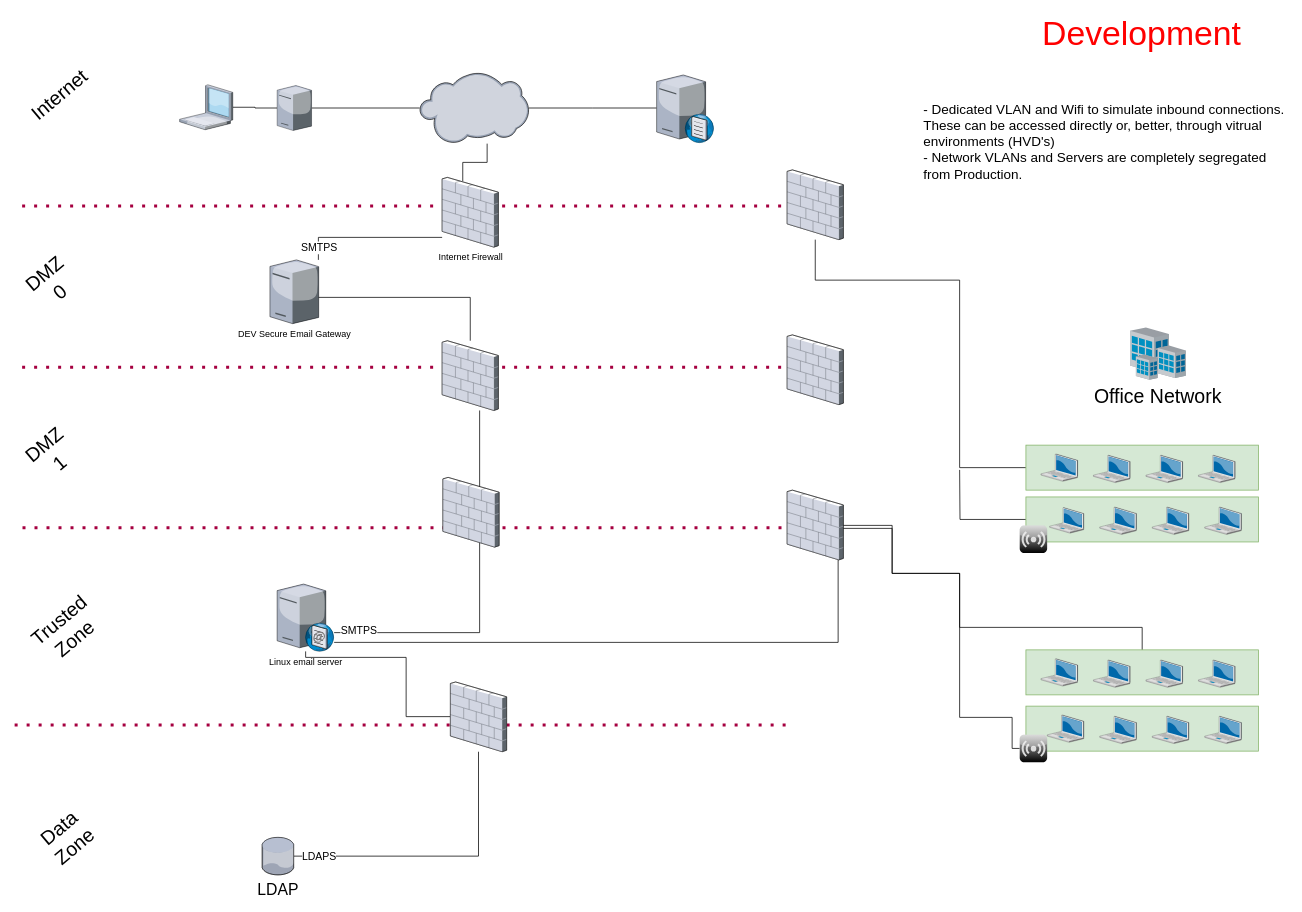
The draw.io diagram page "high level (DEV)" (3 of 4) of Untitled Diagram.drawio in dachachacha/dotfiles, before the edit. Source tidied: cells renumbered, new cells numbered last; positions are measured from the earlier drawing's top-left corner, leaving out a move shared by most shapes. Both pictures are drawn from the tidied source at 75%, with x=0, y=0 at pixel (14, 20).
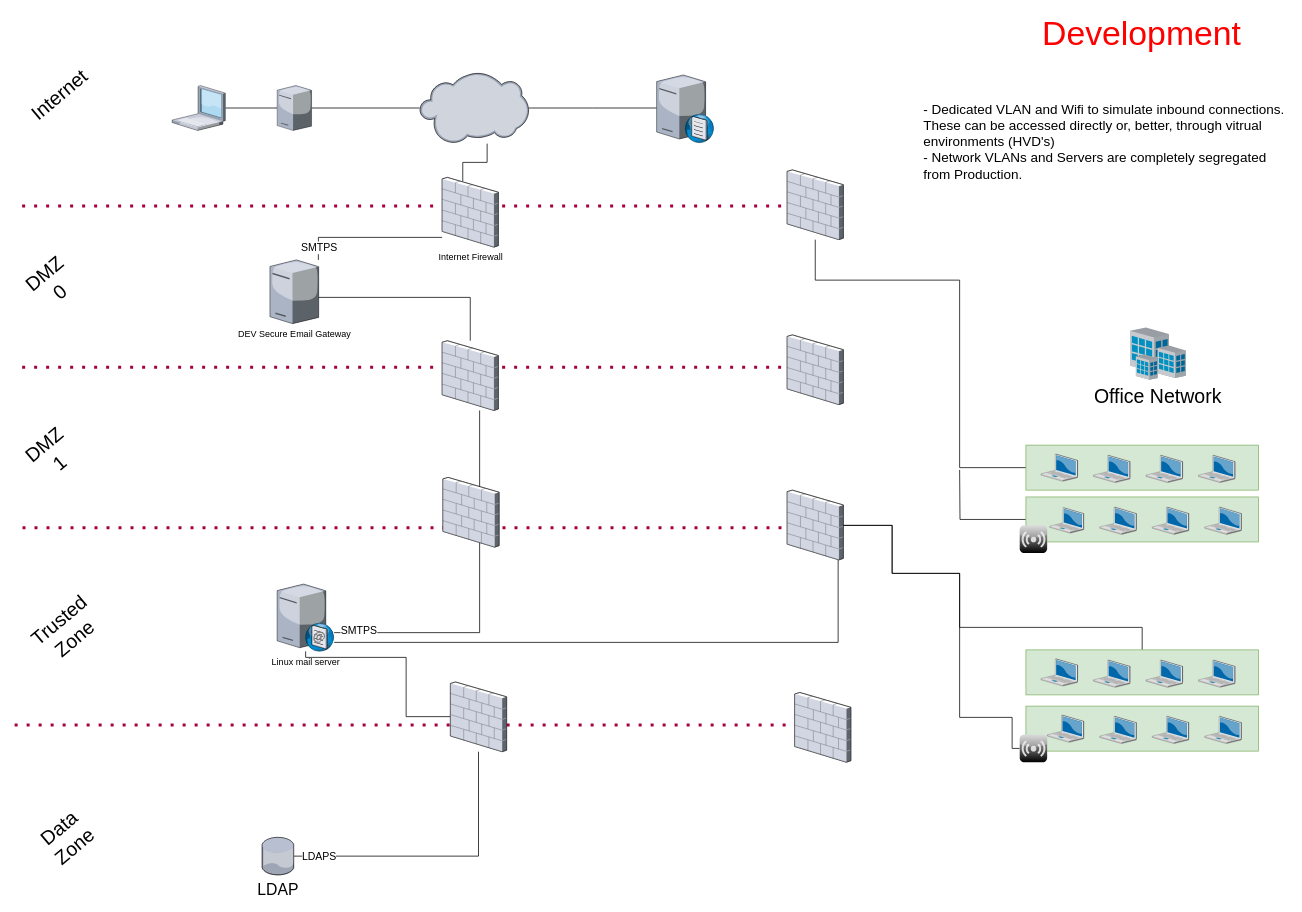
Above is the later version.

The change refers to these unchanged cells:
```xml
<mxCell id="16" style="verticalLabelPosition=bottom;sketch=0;html=1;verticalAlign=top;strokeColor=none;align=center;outlineConnect=0;shape=mxgraph.citrix.firewall;fontSize=26;" parent="1" vertex="1">
  <mxGeometry x="1030" y="627" width="75" height="93" as="geometry" />
</mxCell>
<mxCell id="23" style="verticalLabelPosition=bottom;sketch=0;html=1;verticalAlign=top;strokeColor=none;align=center;outlineConnect=0;shape=mxgraph.citrix.role_repeater;fillColor=#CCCCCC;gradientColor=#000000;gradientDirection=south;fontSize=26;" parent="1" vertex="1">
  <mxGeometry x="1340" y="953" width="36.8" height="36.8" as="geometry" />
</mxCell>
```

Change to the diagram source:
```diff
@@
     <mxCell id="3" style="verticalLabelPosition=bottom;sketch=0;html=1;verticalAlign=top;strokeColor=none;align=center;outlineConnect=0;shape=mxgraph.citrix.laptop_1;" parent="1" vertex="1">
-      <mxGeometry x="220" y="86.5" width="70.9" height="60" as="geometry" />
+      <mxGeometry x="210" y="87.5" width="70.9" height="60" as="geometry" />
     </mxCell>
@@
     <mxCell id="22" style="edgeStyle=orthogonalEdgeStyle;rounded=0;jettySize=auto;html=1;fontSize=26;endArrow=none;endFill=0;" parent="1" edge="1" source="23" target="16">
       <mxGeometry relative="1" as="geometry">
         <Array as="points">
           <mxPoint x="1330" y="971" />
           <mxPoint x="1330" y="930" />
           <mxPoint x="1260" y="930" />
           <mxPoint x="1260" y="738" />
           <mxPoint x="1170" y="738" />
-          <mxPoint x="1170" y="678" />
+          <mxPoint x="1170" y="674" />
         </Array>
       </mxGeometry>
     </mxCell>
@@
-    <mxCell id="32" value="Linux email server" style="verticalLabelPosition=bottom;sketch=0;html=1;verticalAlign=top;strokeColor=none;align=center;outlineConnect=0;shape=mxgraph.citrix.smtp_server;" parent="1" vertex="1">
+    <mxCell id="32" value="Linux mail server" style="verticalLabelPosition=bottom;sketch=0;html=1;verticalAlign=top;strokeColor=none;align=center;outlineConnect=0;shape=mxgraph.citrix.smtp_server;" parent="1" vertex="1">
       <mxGeometry x="350" y="750" width="76" height="92" as="geometry" />
     </mxCell>
@@
+    <mxCell id="67" style="verticalLabelPosition=bottom;sketch=0;html=1;verticalAlign=top;strokeColor=none;align=center;shape=mxgraph.citrix.firewall;fontSize=26;" parent="1" vertex="1">
+      <mxGeometry x="1040" y="896.8" width="75" height="93" as="geometry" />
+    </mxCell>
```
